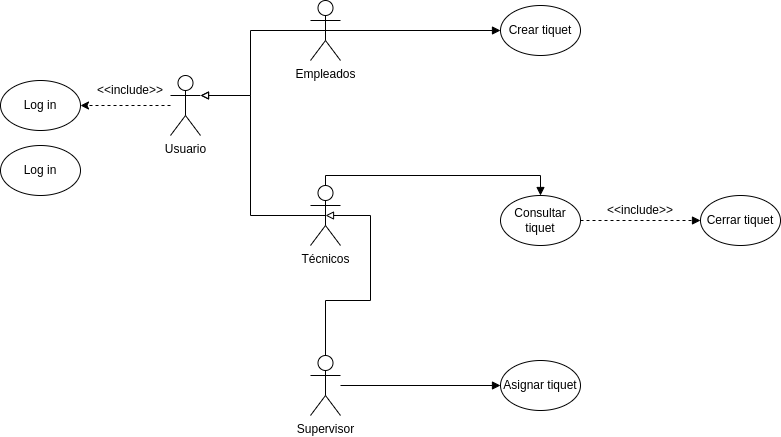
Above: Diagrama de cassos dús.drawio.png in luquetoon/Ticketing_Alex_Sergi (draw.io), before the change. Source tidied: cells renumbered, new cells last; positions are measured from the earlier drawing's top-left corner, leaving out a move shared by most shapes.
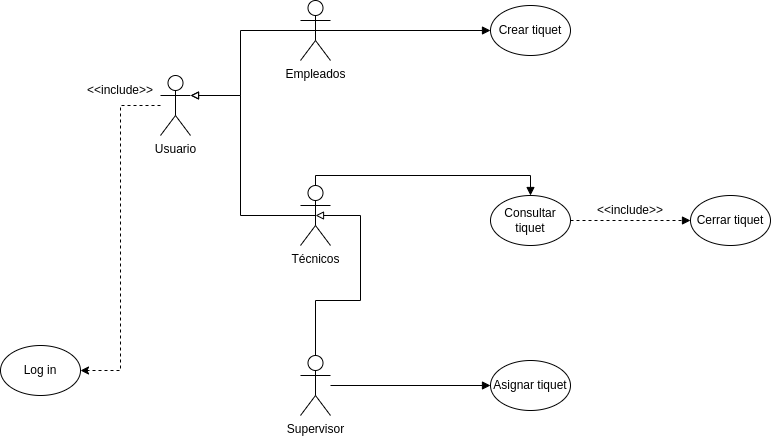
After the commit.

What changed in the source:
```diff
@@ -58,7 +58,7 @@
       <mxGeometry x="310" y="355" width="30" height="60" as="geometry" />
     </mxCell>
     <mxCell id="13" value="Log in" style="ellipse;whiteSpace=wrap;html=1;" parent="1" vertex="1">
-      <mxGeometry y="80" width="80" height="50" as="geometry" />
+      <mxGeometry x="10" y="345" width="80" height="50" as="geometry" />
     </mxCell>
     <mxCell id="14" value="Crear tiquet" style="ellipse;whiteSpace=wrap;html=1;" parent="1" vertex="1">
       <mxGeometry x="500" y="5" width="80" height="50" as="geometry" />
@@ -81,8 +81,5 @@
     <mxCell id="20" value="&amp;lt;&amp;lt;include&amp;gt;&amp;gt;" style="text;html=1;strokeColor=none;fillColor=none;align=center;verticalAlign=middle;whiteSpace=wrap;rounded=0;" parent="1" vertex="1">
       <mxGeometry x="100" y="75" width="60" height="30" as="geometry" />
     </mxCell>
-    <mxCell id="21" value="Log in" style="ellipse;whiteSpace=wrap;html=1;" parent="1" vertex="1">
-      <mxGeometry y="145" width="80" height="50" as="geometry" />
-    </mxCell>
   </root>
 </mxGraphModel>
```
